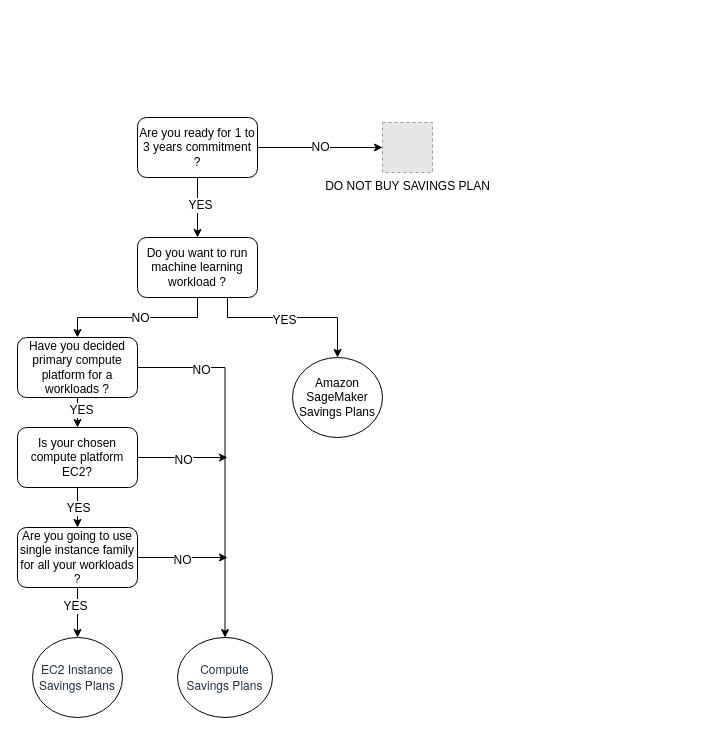
Before: savings-plan-selection-decision-workflow.drawio in deepakcpakhale06/mindmaps, a draw.io diagram. Source tidied: cells renumbered, new cells numbered last; positions are measured from the earlier drawing's top-left corner, leaving out a move shared by most shapes. Both pictures are drawn from the tidied source at 100%, with x=0, y=0 at pixel (17, 117). Pictures stored in the file or linked from it are replaced by grey dashed boxes.
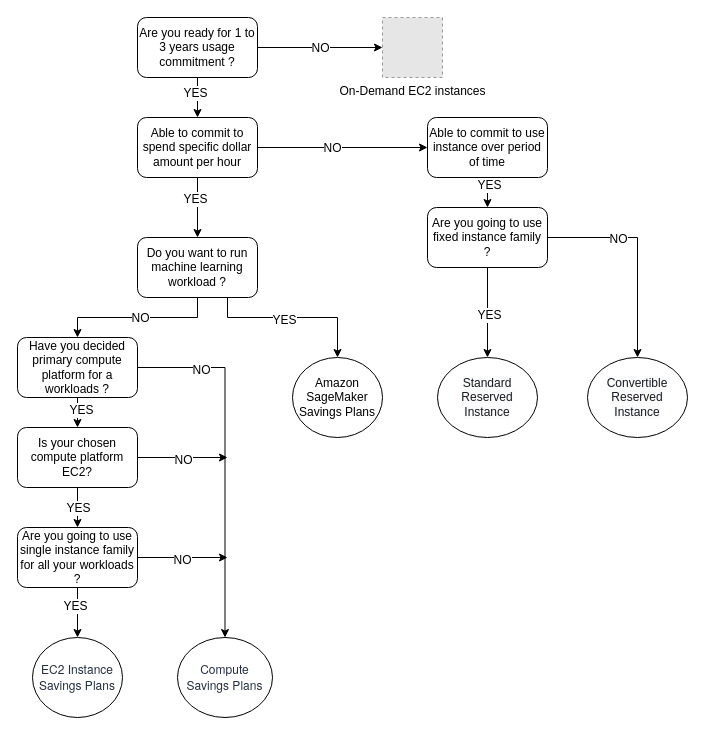
The same page after the edit.

Unchanged cells that the change refers to:
```xml
<mxCell id="11" value="Do you want to run machine learning workload ?" style="rounded=1;whiteSpace=wrap;html=1;" parent="1" vertex="1">
  <mxGeometry x="120" y="120" width="120" height="60" as="geometry" />
</mxCell>
```

Change to the diagram source:
```diff
@@
-    <mxCell id="25" style="edgeStyle=orthogonalEdgeStyle;rounded=0;jettySize=auto;html=1;exitX=0.5;exitY=1;exitDx=0;exitDy=0;fontSize=12;" parent="1" edge="1" source="28" target="11">
-      <mxGeometry relative="1" as="geometry" />
-    </mxCell>
-    <mxCell id="26" value="YES" style="edgeLabel;html=1;align=center;verticalAlign=middle;fontSize=12;" parent="25" vertex="1">
-      <mxGeometry x="-0.12" y="2" relative="1" as="geometry">
-        <mxPoint y="1" as="offset" />
-      </mxGeometry>
-    </mxCell>
-    <mxCell id="27" value="NO" style="edgeStyle=orthogonalEdgeStyle;rounded=0;jettySize=auto;html=1;exitX=1;exitY=0.5;exitDx=0;exitDy=0;entryX=0;entryY=0.5;entryDx=0;entryDy=0;fontSize=12;" parent="1" edge="1" source="28" target="29">
-      <mxGeometry relative="1" as="geometry" />
+    <mxCell id="27" value="NO" style="edgeStyle=orthogonalEdgeStyle;rounded=0;jettySize=auto;html=1;exitX=1;exitY=0.5;exitDx=0;exitDy=0;entryX=0;entryY=0.5;entryDx=0;entryDy=0;fontSize=12;" parent="1" edge="1" source="28">
+      <mxGeometry relative="1" as="geometry">
+        <mxPoint x="365" y="-70" as="targetPoint" />
+      </mxGeometry>
     </mxCell>
+    <mxCell id="30" style="edgeStyle=orthogonalEdgeStyle;rounded=0;jettySize=auto;html=1;exitX=0.5;exitY=1;exitDx=0;exitDy=0;entryX=0.5;entryY=0;entryDx=0;entryDy=0;fontSize=12;" parent="1" edge="1" source="28" target="36">
+      <mxGeometry relative="1" as="geometry" />
+    </mxCell>
+    <mxCell id="31" value="YES" style="edgeLabel;html=1;align=center;verticalAlign=middle;fontSize=12;fontFamily=Helvetica;" parent="30" vertex="1">
+      <mxGeometry x="-0.25" y="-3" relative="1" as="geometry" />
+    </mxCell>
-    <mxCell id="28" value="Are you ready for 1 to 3 years commitment ?" style="rounded=1;whiteSpace=wrap;html=1;" parent="1" vertex="1">
-      <mxGeometry x="120" width="120" height="60" as="geometry" />
+    <mxCell id="28" value="Are you ready for 1 to 3 years usage commitment ?" style="rounded=1;whiteSpace=wrap;html=1;" parent="1" vertex="1">
+      <mxGeometry x="120" y="-100" width="120" height="60" as="geometry" />
     </mxCell>
-    <mxCell id="29" value="DO NOT BUY SAVINGS PLAN" style="fillColor=#E6E6E6;strokeColor=#999999;dashed=1;html=1;verticalAlign=top;verticalLabelPosition=bottom;labelBackgroundColor=#ffffff;fontSize=12;" parent="1" vertex="1">
-      <mxGeometry x="365" y="5" width="50" height="50" as="geometry" />
-    </mxCell>
+    <mxCell id="32" style="edgeStyle=orthogonalEdgeStyle;rounded=0;jettySize=auto;html=1;entryX=0.5;entryY=0;entryDx=0;entryDy=0;fontSize=12;" parent="1" edge="1" source="36" target="11">
+      <mxGeometry relative="1" as="geometry" />
+    </mxCell>
+    <mxCell id="33" value="YES" style="edgeLabel;html=1;align=center;verticalAlign=middle;fontSize=12;fontFamily=Helvetica;" parent="32" vertex="1">
+      <mxGeometry x="-0.3" y="-3" relative="1" as="geometry" />
+    </mxCell>
+    <mxCell id="34" style="edgeStyle=orthogonalEdgeStyle;rounded=0;jettySize=auto;html=1;exitX=1;exitY=0.5;exitDx=0;exitDy=0;entryX=0;entryY=0.5;entryDx=0;entryDy=0;fontSize=12;" parent="1" edge="1" source="36" target="39">
+      <mxGeometry relative="1" as="geometry" />
+    </mxCell>
+    <mxCell id="35" value="NO" style="edgeLabel;html=1;align=center;verticalAlign=middle;fontSize=12;fontFamily=Helvetica;" parent="34" vertex="1">
+      <mxGeometry x="-0.13" relative="1" as="geometry" />
+    </mxCell>
+    <mxCell id="36" value="Able to commit to spend specific dollar amount per hour" style="rounded=1;whiteSpace=wrap;html=1;fontSize=12;" parent="1" vertex="1">
+      <mxGeometry x="120" width="120" height="60" as="geometry" />
+    </mxCell>
+    <mxCell id="37" style="edgeStyle=orthogonalEdgeStyle;rounded=0;jettySize=auto;html=1;exitX=0.5;exitY=1;exitDx=0;exitDy=0;entryX=0.5;entryY=0;entryDx=0;entryDy=0;fontFamily=Helvetica;fontSize=12;" parent="1" edge="1" source="39" target="44">
+      <mxGeometry relative="1" as="geometry" />
+    </mxCell>
+    <mxCell id="38" value="YES" style="edgeLabel;html=1;align=center;verticalAlign=middle;fontSize=12;fontFamily=Helvetica;" parent="37" vertex="1">
+      <mxGeometry x="-0.53" y="1" relative="1" as="geometry" />
+    </mxCell>
+    <mxCell id="39" value="Able to commit to use instance over period of time" style="rounded=1;whiteSpace=wrap;html=1;fontSize=12;" parent="1" vertex="1">
+      <mxGeometry x="410" width="120" height="60" as="geometry" />
+    </mxCell>
+    <mxCell id="40" style="edgeStyle=orthogonalEdgeStyle;rounded=0;jettySize=auto;html=1;exitX=0.5;exitY=1;exitDx=0;exitDy=0;entryX=0.5;entryY=0;entryDx=0;entryDy=0;fontFamily=Helvetica;fontSize=12;" parent="1" edge="1" source="44" target="45">
+      <mxGeometry relative="1" as="geometry" />
+    </mxCell>
+    <mxCell id="41" value="YES" style="edgeLabel;html=1;align=center;verticalAlign=middle;fontSize=12;fontFamily=Helvetica;" parent="40" vertex="1">
+      <mxGeometry x="0.04" y="1" relative="1" as="geometry" />
+    </mxCell>
+    <mxCell id="42" style="edgeStyle=orthogonalEdgeStyle;rounded=0;jettySize=auto;html=1;exitX=1;exitY=0.5;exitDx=0;exitDy=0;fontFamily=Helvetica;fontSize=12;" parent="1" edge="1" source="44" target="46">
+      <mxGeometry relative="1" as="geometry" />
+    </mxCell>
+    <mxCell id="43" value="NO" style="edgeLabel;html=1;align=center;verticalAlign=middle;fontSize=12;fontFamily=Helvetica;" parent="42" vertex="1">
+      <mxGeometry x="-0.33" y="-1" relative="1" as="geometry" />
+    </mxCell>
+    <mxCell id="44" value="Are you going to use fixed instance family ?" style="rounded=1;whiteSpace=wrap;html=1;fontSize=12;" parent="1" vertex="1">
+      <mxGeometry x="410" y="90" width="120" height="60" as="geometry" />
+    </mxCell>
+    <mxCell id="45" value="&lt;span style=&quot;color: rgb(22, 25, 31); text-align: left; background-color: rgb(250, 250, 250);&quot;&gt;&lt;font style=&quot;font-size: 12px;&quot;&gt;Standard Reserved Instance&lt;/font&gt;&lt;/span&gt;" style="ellipse;whiteSpace=wrap;html=1;fontSize=12;" parent="1" vertex="1">
+      <mxGeometry x="420" y="240" width="100" height="80" as="geometry" />
+    </mxCell>
+    <mxCell id="46" value="&lt;span style=&quot;color: rgb(22, 25, 31); text-align: left; background-color: rgb(250, 250, 250);&quot;&gt;&lt;font style=&quot;font-size: 12px;&quot;&gt;Convertible Reserved Instance&lt;/font&gt;&lt;/span&gt;" style="ellipse;whiteSpace=wrap;html=1;fontSize=12;" parent="1" vertex="1">
+      <mxGeometry x="570" y="240" width="100" height="80" as="geometry" />
+    </mxCell>
+    <mxCell id="47" value="On-Demand EC2 instances" style="fillColor=#E6E6E6;strokeColor=#999999;dashed=1;html=1;verticalAlign=top;verticalLabelPosition=bottom;labelBackgroundColor=#ffffff;fontFamily=Helvetica;fontSize=12;" parent="1" vertex="1">
+      <mxGeometry x="365" y="-100" width="60" height="60" as="geometry" />
+    </mxCell>
```
